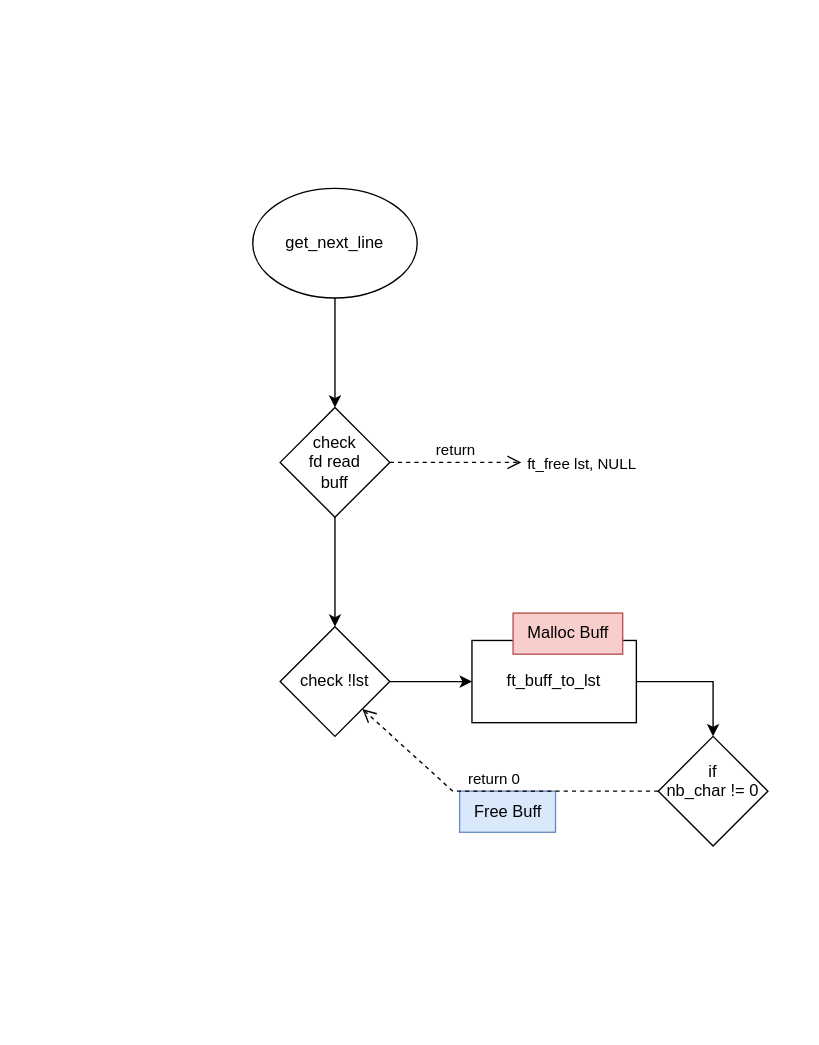
The draw.io diagram My_Get_next_line/Diagramme sans nom.drawio in Tookop-s/Reptooks, before the edit. Source tidied: cells renumbered, new cells numbered last; positions are measured from the earlier drawing's top-left corner, leaving out a move shared by most shapes. Both pictures are drawn from the tidied source at 137%, with x=0, y=0 at pixel (252, 188).
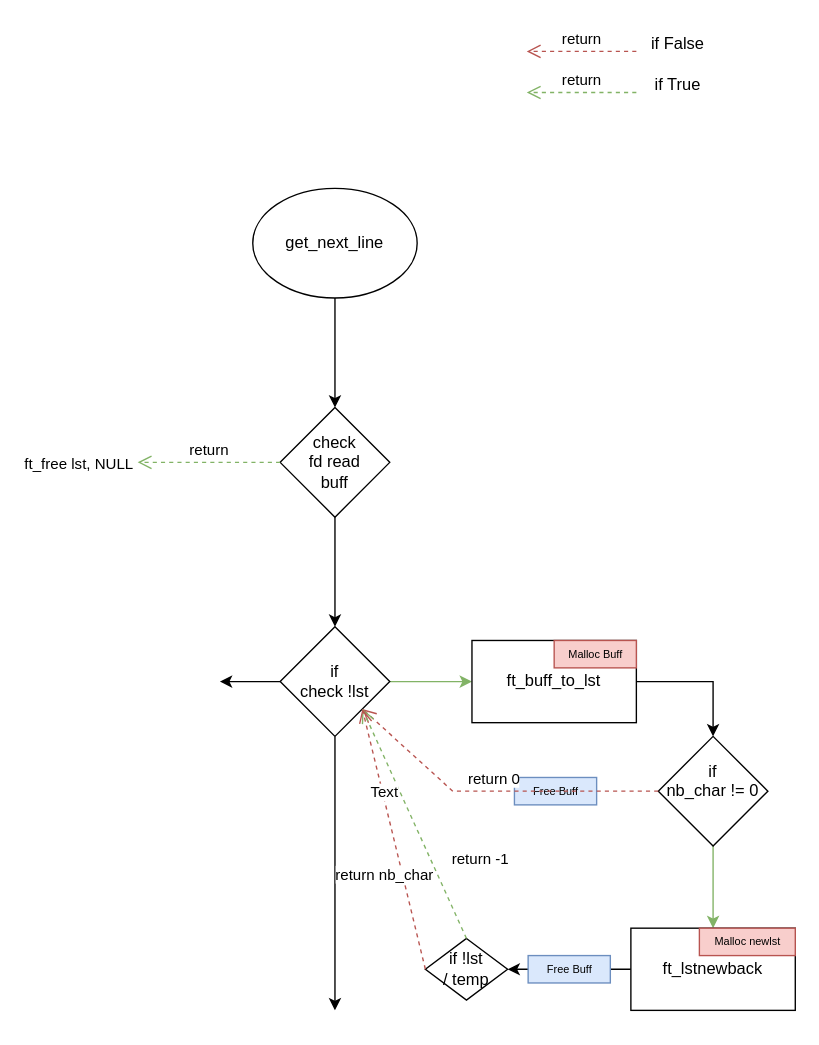
After the change.

The change refers to these unchanged cells:
```xml
<mxCell id="5" value="check &lt;br&gt;fd&amp;nbsp;read&lt;br&gt;buff" style="rhombus;whiteSpace=wrap;html=1;" parent="1" vertex="1">
  <mxGeometry x="20" y="160" width="80" height="80" as="geometry" />
</mxCell>
<mxCell id="11" value="ft_buff_to_lst" style="whiteSpace=wrap;html=1;" parent="1" vertex="1">
  <mxGeometry x="160" y="330" width="120" height="60" as="geometry" />
</mxCell>
<mxCell id="13" value="if &lt;br&gt;nb_char != 0&lt;br&gt;&lt;br&gt;" style="rhombus;whiteSpace=wrap;html=1;" parent="1" vertex="1">
  <mxGeometry x="296" y="400" width="80" height="80" as="geometry" />
</mxCell>
```

Change to the diagram source:
```diff
@@
-    <mxCell id="6" value="return" style="html=1;verticalAlign=bottom;endArrow=open;dashed=1;endSize=8;curved=0;rounded=0;exitX=1;exitY=0.5;exitDx=0;exitDy=0;" parent="1" edge="1" source="5">
+    <mxCell id="6" value="return" style="html=1;verticalAlign=bottom;endArrow=open;dashed=1;endSize=8;curved=0;rounded=0;exitX=0;exitY=0.5;exitDx=0;exitDy=0;fillColor=#d5e8d4;strokeColor=#82b366;" parent="1" edge="1" source="5">
       <mxGeometry relative="1" as="geometry">
-        <mxPoint x="196" y="200" as="targetPoint" />
-        <Array as="points">
-          <mxPoint x="186" y="200" />
-        </Array>
+        <mxPoint x="-84" y="200" as="targetPoint" />
       </mxGeometry>
     </mxCell>
     <mxCell id="7" value="ft_free lst, NULL" style="edgeLabel;html=1;align=center;verticalAlign=middle;" parent="6" vertex="1">
       <mxGeometry x="0.87" relative="1" as="geometry">
-        <mxPoint x="49" as="offset" />
+        <mxPoint x="-51" as="offset" />
       </mxGeometry>
     </mxCell>
-    <mxCell id="8" style="edgeStyle=orthogonalEdgeStyle;rounded=0;jettySize=auto;html=1;" parent="1" edge="1" source="9" target="11">
+    <mxCell id="8" style="edgeStyle=orthogonalEdgeStyle;rounded=0;jettySize=auto;html=1;fillColor=#d5e8d4;strokeColor=#82b366;" parent="1" edge="1" source="9" target="11">
       <mxGeometry relative="1" as="geometry" />
     </mxCell>
+    <mxCell id="16" style="edgeStyle=orthogonalEdgeStyle;rounded=0;jettySize=auto;html=1;" parent="1" edge="1" source="9">
+      <mxGeometry relative="1" as="geometry">
+        <mxPoint x="-24" y="360" as="targetPoint" />
+      </mxGeometry>
+    </mxCell>
+    <mxCell id="17" style="edgeStyle=orthogonalEdgeStyle;rounded=0;jettySize=auto;html=1;" parent="1" edge="1" source="9">
+      <mxGeometry relative="1" as="geometry">
+        <mxPoint x="60" y="600" as="targetPoint" />
+      </mxGeometry>
+    </mxCell>
-    <mxCell id="9" value="check !lst" style="rhombus;whiteSpace=wrap;html=1;" parent="1" vertex="1">
+    <mxCell id="9" value="if &lt;br&gt;check !lst&lt;br&gt;" style="rhombus;whiteSpace=wrap;html=1;" parent="1" vertex="1">
       <mxGeometry x="20" y="320" width="80" height="80" as="geometry" />
     </mxCell>
@@
-    <mxCell id="12" value="Free Buff" style="text;html=1;align=center;verticalAlign=middle;strokeColor=#6c8ebf;fillColor=#dae8fc;" parent="1" vertex="1">
-      <mxGeometry x="151" y="440" width="70" height="30" as="geometry" />
+    <mxCell id="12" value="Free Buff" style="text;html=1;align=center;verticalAlign=middle;strokeColor=#6c8ebf;fillColor=#dae8fc;fontSize=8;fillStyle=solid;" parent="1" vertex="1">
+      <mxGeometry x="191" y="430" width="60" height="20" as="geometry" />
     </mxCell>
+    <mxCell id="18" style="edgeStyle=orthogonalEdgeStyle;rounded=0;jettySize=auto;html=1;fillColor=#d5e8d4;strokeColor=#82b366;" parent="1" edge="1" source="13" target="20">
+      <mxGeometry relative="1" as="geometry" />
+    </mxCell>
@@
-    <mxCell id="14" value="return 0" style="html=1;verticalAlign=bottom;endArrow=open;dashed=1;endSize=8;curved=0;rounded=0;entryX=1;entryY=1;entryDx=0;entryDy=0;exitX=0;exitY=0.5;exitDx=0;exitDy=0;" parent="1" edge="1" source="13" target="9">
+    <mxCell id="14" value="return 0" style="html=1;verticalAlign=bottom;endArrow=open;dashed=1;endSize=8;curved=0;rounded=0;entryX=1;entryY=1;entryDx=0;entryDy=0;exitX=0;exitY=0.5;exitDx=0;exitDy=0;fillColor=#f8cecc;strokeColor=#b85450;" parent="1" edge="1" source="13" target="9">
       <mxGeometry relative="1" as="geometry">
         <Array as="points">
           <mxPoint x="146" y="440" />
         </Array>
       </mxGeometry>
     </mxCell>
-    <mxCell id="15" value="Malloc Buff" style="text;html=1;align=center;verticalAlign=middle;strokeColor=#b85450;fillColor=#f8cecc;" parent="1" vertex="1">
-      <mxGeometry x="190" y="310" width="80" height="30" as="geometry" />
+    <mxCell id="15" value="Malloc Buff" style="text;html=1;align=center;verticalAlign=middle;strokeColor=#b85450;fillColor=#f8cecc;fontSize=8;" parent="1" vertex="1">
+      <mxGeometry x="220" y="330" width="60" height="20" as="geometry" />
     </mxCell>
+    <mxCell id="19" style="edgeStyle=orthogonalEdgeStyle;rounded=0;jettySize=auto;html=1;exitX=0;exitY=0.5;exitDx=0;exitDy=0;entryX=1;entryY=0.5;entryDx=0;entryDy=0;" parent="1" edge="1" source="20" target="21">
+      <mxGeometry relative="1" as="geometry" />
+    </mxCell>
+    <mxCell id="20" value="ft_lstnewback" style="whiteSpace=wrap;html=1;" parent="1" vertex="1">
+      <mxGeometry x="276" y="540" width="120" height="60" as="geometry" />
+    </mxCell>
+    <mxCell id="21" value="if !lst&lt;br&gt;/ temp&lt;br&gt;" style="rhombus;whiteSpace=wrap;html=1;" parent="1" vertex="1">
+      <mxGeometry x="126" y="547.5" width="60" height="45" as="geometry" />
+    </mxCell>
+    <mxCell id="22" value="return -1" style="html=1;verticalAlign=bottom;endArrow=open;dashed=1;endSize=8;curved=0;rounded=0;entryX=1;entryY=1;entryDx=0;entryDy=0;exitX=0.5;exitY=0;exitDx=0;exitDy=0;fillColor=#d5e8d4;strokeColor=#82b366;" parent="1" edge="1" source="21" target="9">
+      <mxGeometry x="-0.57" y="-29" relative="1" as="geometry" />
+    </mxCell>
+    <mxCell id="23" value="return" style="html=1;verticalAlign=bottom;endArrow=open;dashed=1;endSize=8;curved=0;rounded=0;fillColor=#f8cecc;strokeColor=#b85450;" parent="1" edge="1">
+      <mxGeometry relative="1" as="geometry">
+        <mxPoint x="280" y="-100" as="sourcePoint" />
+        <mxPoint x="200" y="-100" as="targetPoint" />
+      </mxGeometry>
+    </mxCell>
+    <mxCell id="24" value="return" style="html=1;verticalAlign=bottom;endArrow=open;dashed=1;endSize=8;curved=0;rounded=0;fillColor=#d5e8d4;strokeColor=#82b366;" parent="1" edge="1">
+      <mxGeometry relative="1" as="geometry">
+        <mxPoint x="280" y="-70" as="sourcePoint" />
+        <mxPoint x="200" y="-70" as="targetPoint" />
+      </mxGeometry>
+    </mxCell>
+    <mxCell id="25" value="if False" style="text;html=1;align=center;verticalAlign=middle;strokeColor=none;fillColor=none;" parent="1" vertex="1">
+      <mxGeometry x="280" y="-120" width="60" height="30" as="geometry" />
+    </mxCell>
+    <mxCell id="26" value="if True" style="text;html=1;align=center;verticalAlign=middle;strokeColor=none;fillColor=none;" parent="1" vertex="1">
+      <mxGeometry x="280" y="-90" width="60" height="30" as="geometry" />
+    </mxCell>
+    <mxCell id="27" value="Free Buff" style="text;html=1;align=center;verticalAlign=middle;strokeColor=#6c8ebf;fillColor=#dae8fc;fontSize=8;" parent="1" vertex="1">
+      <mxGeometry x="201" y="560" width="60" height="20" as="geometry" />
+    </mxCell>
+    <mxCell id="28" value="return nb_char" style="html=1;verticalAlign=bottom;endArrow=open;dashed=1;endSize=8;curved=0;rounded=0;entryX=1;entryY=1;entryDx=0;entryDy=0;exitX=0;exitY=0.5;exitDx=0;exitDy=0;fillColor=#f8cecc;strokeColor=#b85450;" parent="1" edge="1" source="21" target="9">
+      <mxGeometry x="-0.33" y="15" relative="1" as="geometry" />
+    </mxCell>
+    <mxCell id="29" value="Text" style="edgeLabel;html=1;align=center;verticalAlign=middle;" parent="28" vertex="1">
+      <mxGeometry x="0.35" y="-1" relative="1" as="geometry">
+        <mxPoint y="-1" as="offset" />
+      </mxGeometry>
+    </mxCell>
+    <mxCell id="30" value="Malloc newlst" style="text;html=1;align=center;verticalAlign=middle;strokeColor=#b85450;fillColor=#f8cecc;strokeWidth=1;fontSize=8;" parent="1" vertex="1">
+      <mxGeometry x="326" y="540" width="70" height="20" as="geometry" />
+    </mxCell>
```
